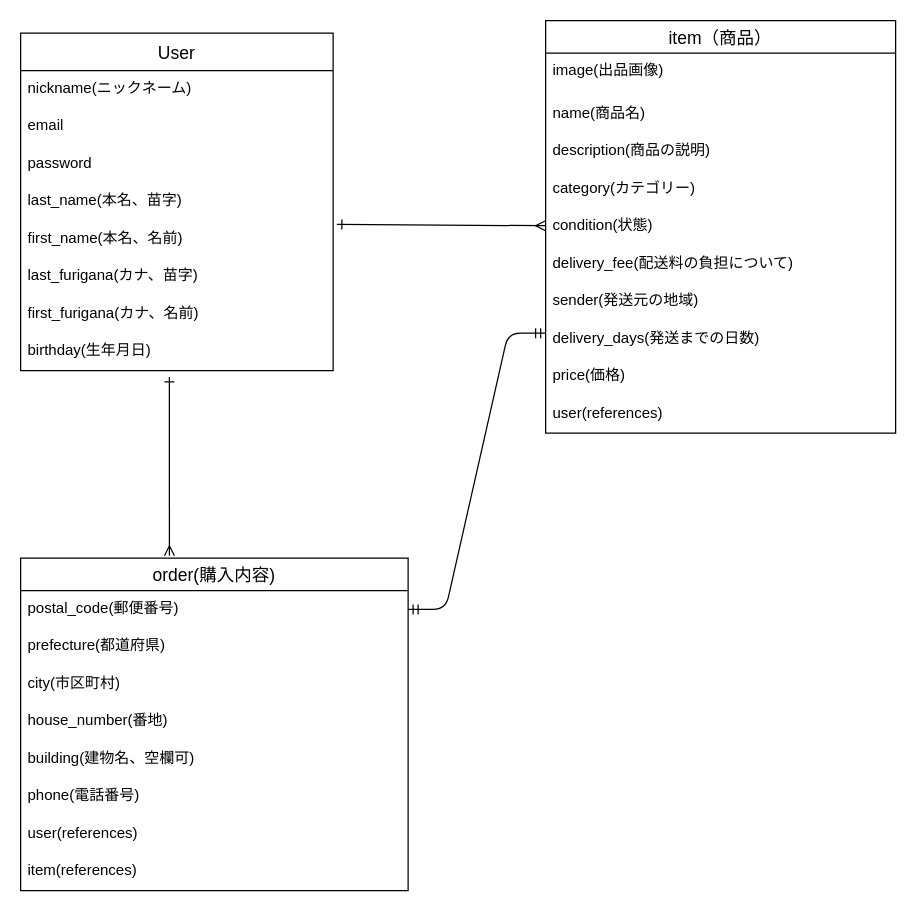
masayoshi0327/furima-33082 keeps this draw.io diagram as ER_figure.dio. Above is the earlier version. Source tidied: cells renumbered, new cells numbered last; positions are measured from the earlier drawing's top-left corner, leaving out a move shared by most shapes. Both pictures are drawn from the tidied source at 125%, with x=0, y=0 at pixel (20, 20).
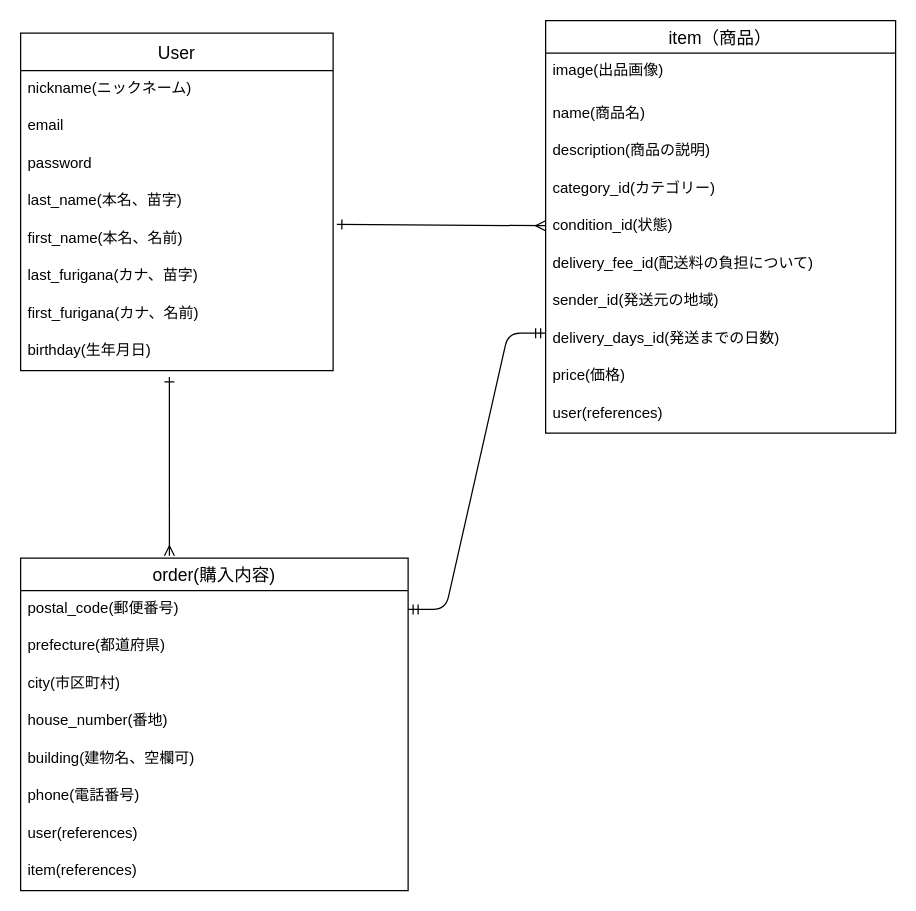
After the change.

Commit message (it also covers changes not shown here):
データベース設計（改2

The change refers to these unchanged cells:
```xml
<mxCell id="11" value="item（商品）" style="swimlane;fontStyle=0;horizontal=1;startSize=26;align=center;fontSize=14;" parent="1" vertex="1">
  <mxGeometry x="420" width="280" height="330" as="geometry" />
</mxCell>
```

Diff of the diagram source:
```diff
@@
-    <mxCell id="15" value="category(カテゴリー)" style="text;strokeColor=none;fillColor=none;spacingLeft=4;spacingRight=4;overflow=hidden;fontSize=12;" parent="11" vertex="1">
+    <mxCell id="15" value="category_id(カテゴリー)" style="text;strokeColor=none;fillColor=none;spacingLeft=4;spacingRight=4;overflow=hidden;fontSize=12;" parent="11" vertex="1">
       <mxGeometry y="120" width="280" height="30" as="geometry" />
     </mxCell>
-    <mxCell id="16" value="condition(状態)" style="text;strokeColor=none;fillColor=none;spacingLeft=4;spacingRight=4;overflow=hidden;fontSize=12;" parent="11" vertex="1">
+    <mxCell id="16" value="condition_id(状態)" style="text;strokeColor=none;fillColor=none;spacingLeft=4;spacingRight=4;overflow=hidden;fontSize=12;" parent="11" vertex="1">
       <mxGeometry y="150" width="280" height="30" as="geometry" />
     </mxCell>
-    <mxCell id="17" value="delivery_fee(配送料の負担について)" style="text;strokeColor=none;fillColor=none;spacingLeft=4;spacingRight=4;overflow=hidden;fontSize=12;" parent="11" vertex="1">
+    <mxCell id="17" value="delivery_fee_id(配送料の負担について)" style="text;strokeColor=none;fillColor=none;spacingLeft=4;spacingRight=4;overflow=hidden;fontSize=12;" parent="11" vertex="1">
       <mxGeometry y="180" width="280" height="30" as="geometry" />
     </mxCell>
-    <mxCell id="18" value="sender(発送元の地域)" style="text;strokeColor=none;fillColor=none;spacingLeft=4;spacingRight=4;overflow=hidden;fontSize=12;" parent="11" vertex="1">
+    <mxCell id="18" value="sender_id(発送元の地域)" style="text;strokeColor=none;fillColor=none;spacingLeft=4;spacingRight=4;overflow=hidden;fontSize=12;" parent="11" vertex="1">
       <mxGeometry y="210" width="280" height="30" as="geometry" />
     </mxCell>
-    <mxCell id="19" value="delivery_days(発送までの日数)" style="text;strokeColor=none;fillColor=none;spacingLeft=4;spacingRight=4;overflow=hidden;fontSize=12;" parent="11" vertex="1">
+    <mxCell id="19" value="delivery_days_id(発送までの日数)" style="text;strokeColor=none;fillColor=none;spacingLeft=4;spacingRight=4;overflow=hidden;fontSize=12;" parent="11" vertex="1">
       <mxGeometry y="240" width="280" height="30" as="geometry" />
     </mxCell>
```
